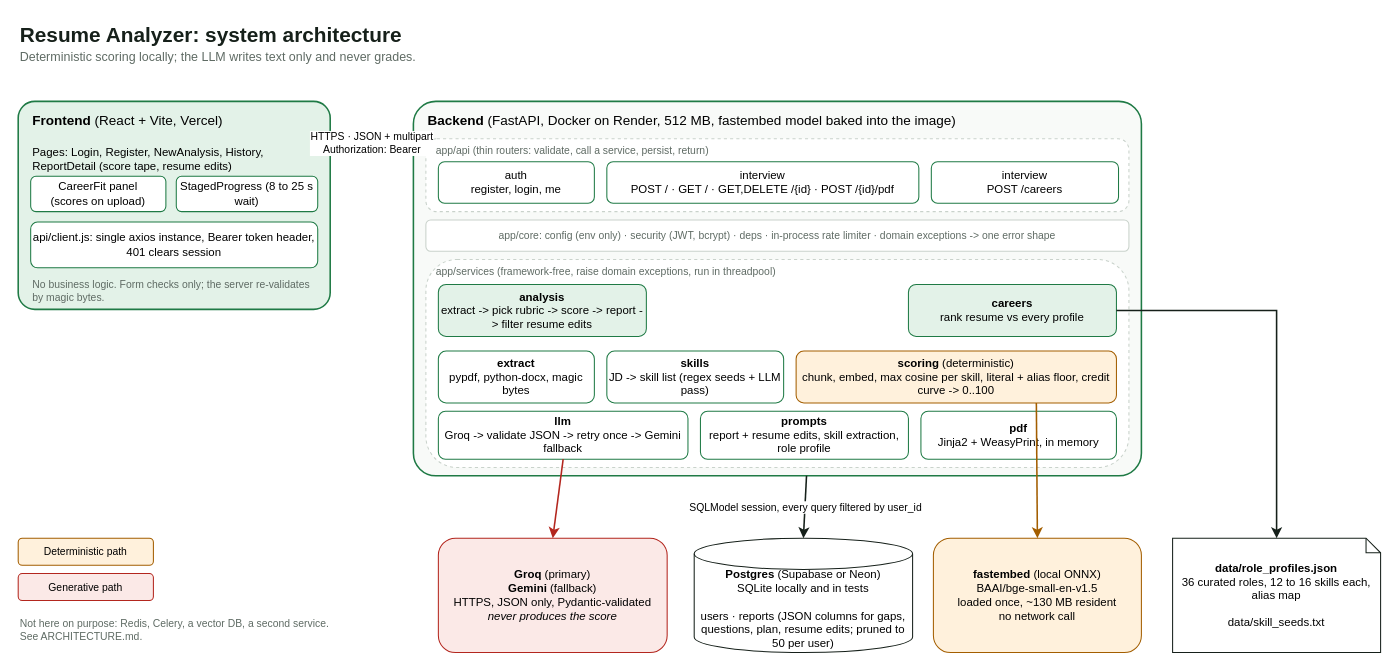
ahmadkhanraj01/resume-analyzer keeps this draw.io diagram as page "System" (1 of 2) of docs/architecture.drawio. Above is the earlier version. Source tidied: cells renumbered, new cells numbered last; positions are measured from the earlier drawing's top-left corner, leaving out a move shared by most shapes. Both pictures are drawn from the tidied source at 104%, with x=0, y=0 at pixel (18, 18).
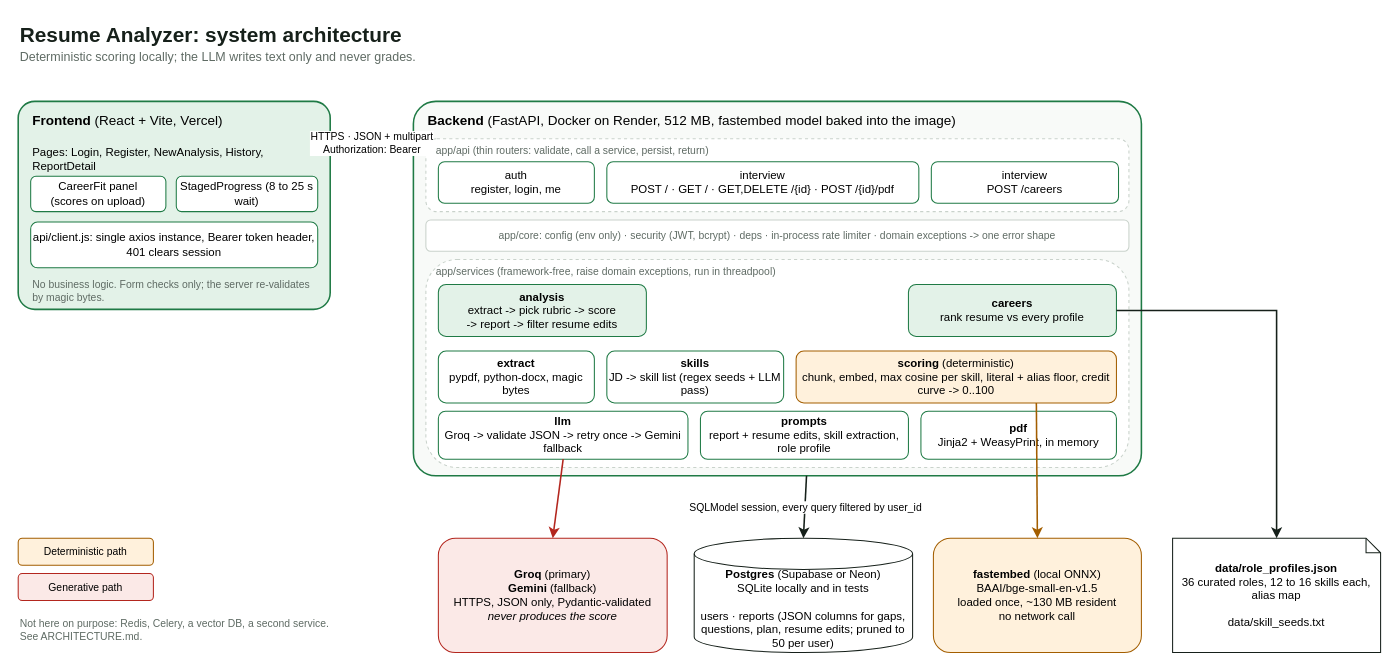
After the change.

Commit message (it also covers changes not shown here):
docs: re-export architecture diagrams with draw.io desktop

What changed in the source:
```diff
@@
-    <mxCell id="6" value="Pages: Login, Register, NewAnalysis, History, ReportDetail (score tape, resume edits)" style="text;html=1;align=left;verticalAlign=top;fontSize=11;whiteSpace=wrap;" parent="1" vertex="1">
+    <mxCell id="6" value="Pages: Login, Register, NewAnalysis, History, ReportDetail" style="text;html=1;align=left;verticalAlign=top;fontSize=11;whiteSpace=wrap;" parent="1" vertex="1">
       <mxGeometry x="12" y="116" width="276" height="30" as="geometry" />
     </mxCell>
@@
-    <mxCell id="21" value="&lt;b&gt;analysis&lt;/b&gt;&lt;br&gt;extract -&gt; pick rubric -&gt; score -&gt; report -&gt; filter resume edits" style="rounded=1;whiteSpace=wrap;html=1;fillColor=#E3F2E8;strokeColor=#1F7A45;fontSize=11;" parent="1" vertex="1">
+    <mxCell id="21" value="&lt;b&gt;analysis&lt;/b&gt;&lt;br&gt;extract -&gt; pick rubric -&gt; score&lt;br&gt;-&gt; report -&gt; filter resume edits" style="rounded=1;whiteSpace=wrap;html=1;fillColor=#E3F2E8;strokeColor=#1F7A45;fontSize=11;" parent="1" vertex="1">
       <mxGeometry x="404" y="256" width="200" height="50" as="geometry" />
     </mxCell>
```
